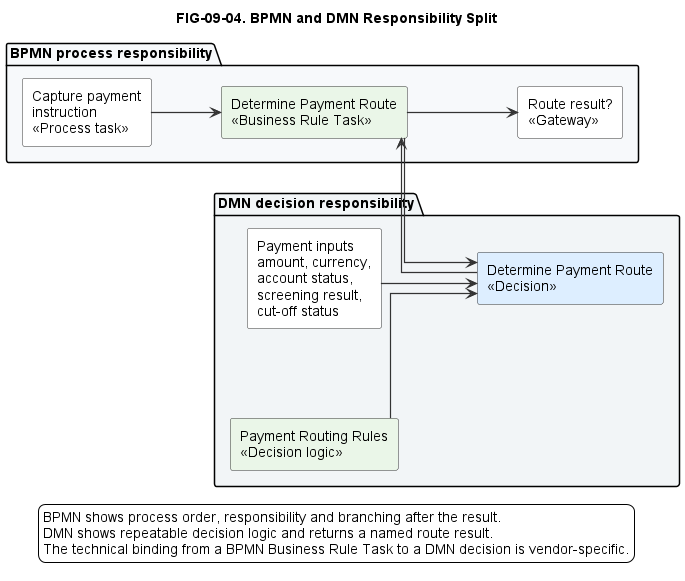
Earlier version of the PlantUML export diagrams/exported/png/FIG-09-04-bpmn-dmn-responsibility-split.png (nishikanttiwari01/Architecture_Modelling).
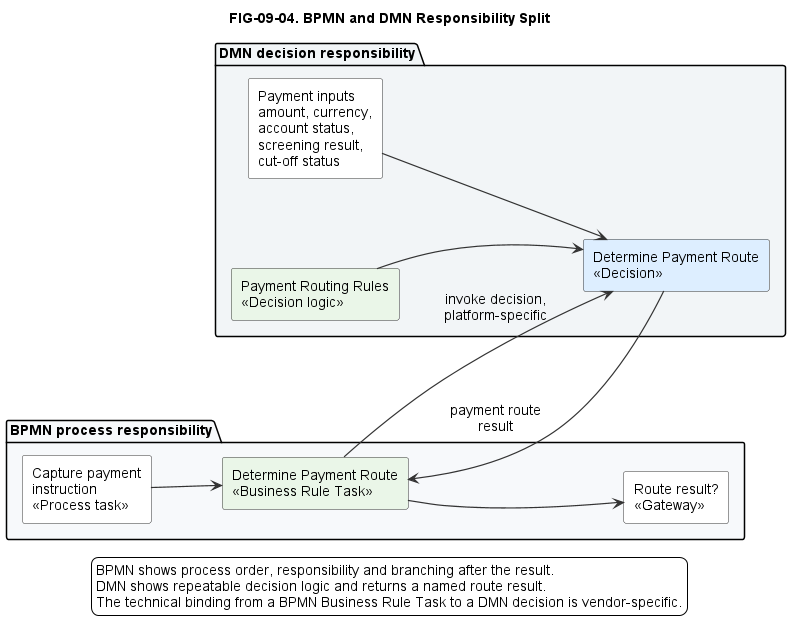
The same file after the commit.

The edit, as a diff of the source:
```diff
@@ -4,7 +4,6 @@
 left to right direction
 title FIG-09-04. BPMN and DMN Responsibility Split
 
-skinparam linetype ortho
 skinparam nodesep 90
 skinparam ranksep 70
 
@@ -21,10 +20,10 @@
 }
 
 Capture --> RuleTask
-RuleTask --> Decision
+RuleTask -down-> Decision : invoke decision,\nplatform-specific
 Inputs --> Decision
 Logic --> Decision
-Decision --> RuleTask
+Decision -up-> RuleTask : payment route\nresult
 RuleTask --> Gateway
 
 legend bottom
```
